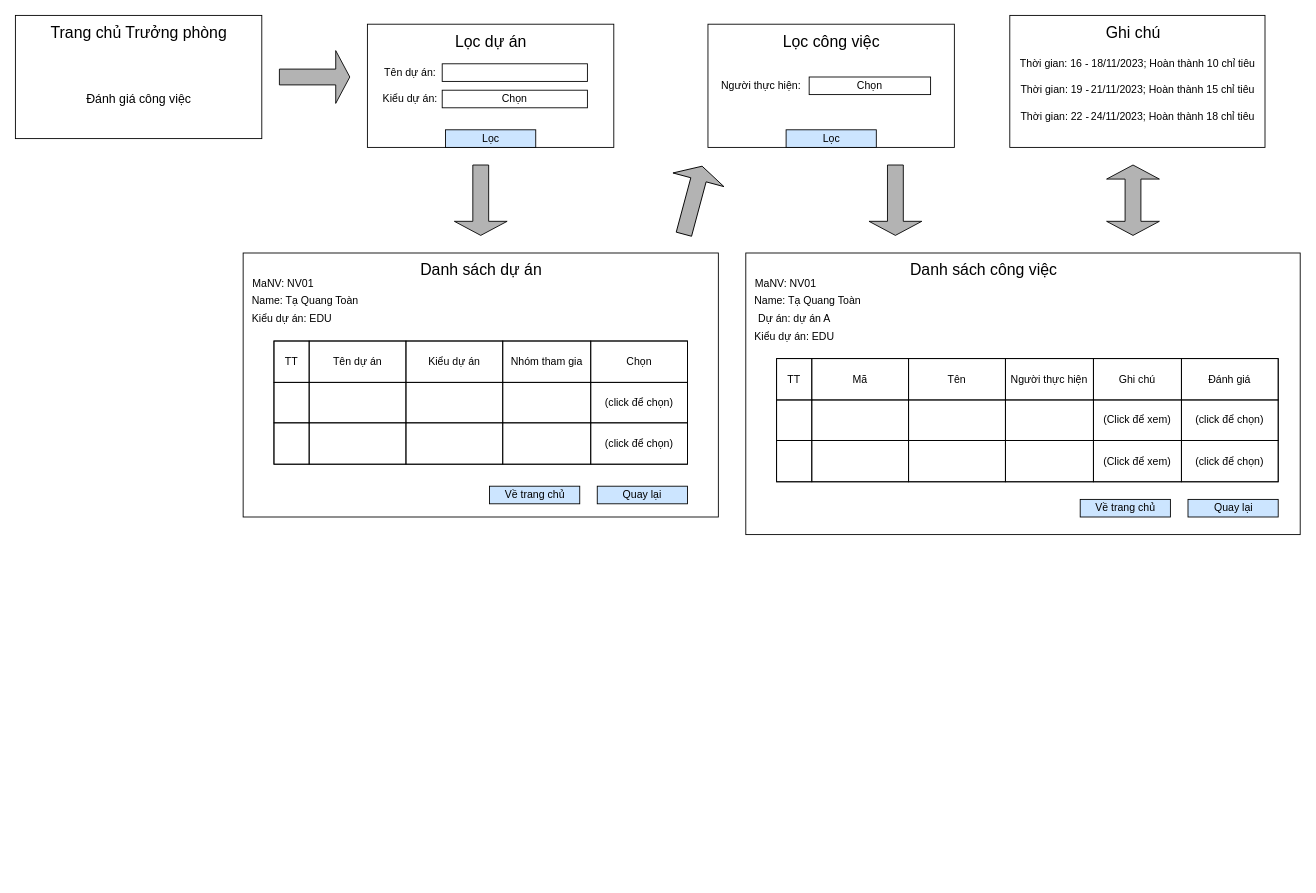
Before: Untitled Diagram.drawio in ToanTa0326/next_test, a draw.io diagram. Source tidied: cells renumbered, new cells numbered last; positions are measured from the earlier drawing's top-left corner, leaving out a move shared by most shapes. Both pictures are drawn from the tidied source at 88%, with x=0, y=0 at pixel (15, 15).
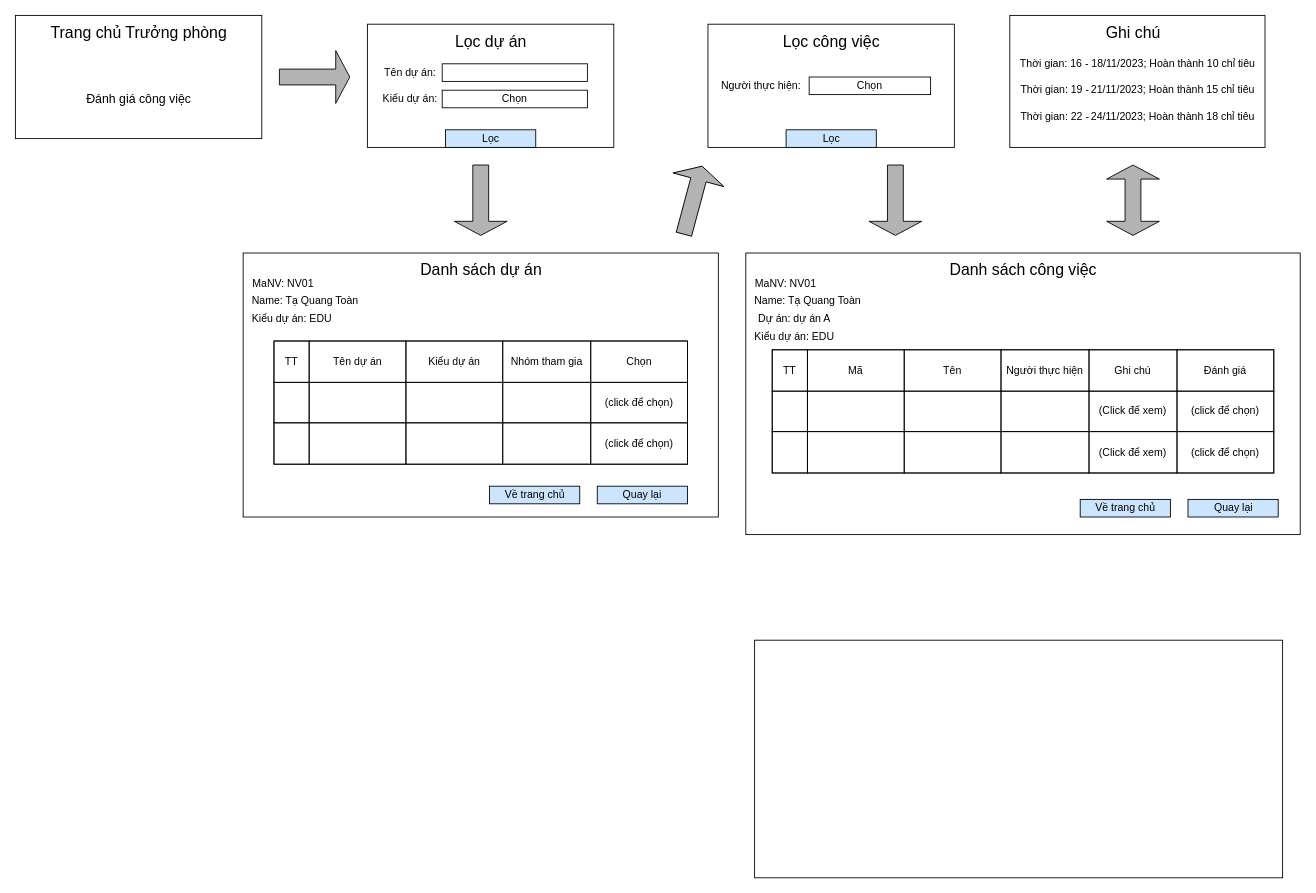
Above is the later version.

Change to the diagram source:
```diff
@@
     <mxCell id="48" value="&lt;span style=&quot;font-size: 18px;&quot;&gt;Danh sách công việc&lt;/span&gt;" style="text;html=1;align=center;verticalAlign=middle;strokeColor=none;fillColor=none;" parent="1" vertex="1">
-      <mxGeometry x="1005" y="270" width="190" height="40" as="geometry" />
+      <mxGeometry x="1050" y="270" width="190" height="40" as="geometry" />
     </mxCell>
@@
     <mxCell id="52" style="childLayout=tableLayout;shadow=0;fillColor=none;" parent="1" vertex="1">
-      <mxGeometry x="865" y="390" width="570" height="140" as="geometry" />
+      <mxGeometry x="860" y="380" width="570" height="140" as="geometry" />
     </mxCell>
@@
+    <mxCell id="83" style="rounded=0;whiteSpace=wrap;html=1;" parent="1" vertex="1">
+      <mxGeometry x="840" y="710" width="600" height="270" as="geometry" />
+    </mxCell>
```
